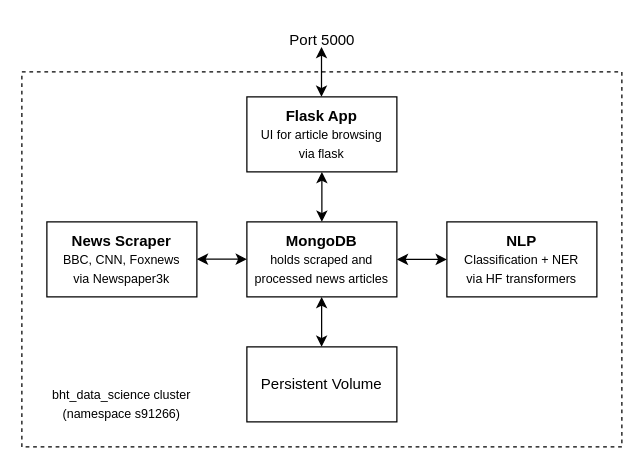
This is doc/architecture_overview.drawio from tesch-ch/dsWorkflowProj, a draw.io file, before an edit. Source tidied: cells renumbered, new cells numbered last; positions are measured from the earlier drawing's top-left corner, leaving out a move shared by most shapes. Both pictures are drawn from the tidied source at 125%, with x=0, y=0 at pixel (21, 21).
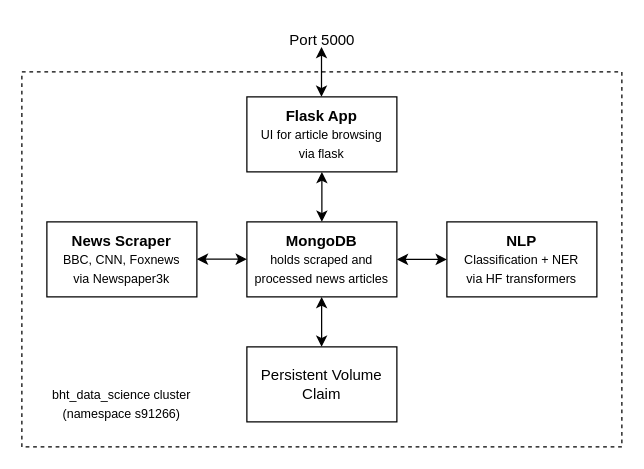
The same diagram, later.

Change to the diagram source:
```diff
@@
 <mxGraphModel>
   <root>
     <mxCell id="0" />
     <mxCell id="1" parent="0" />
     <mxCell id="2" style="group;" parent="1" vertex="1">
       <mxGeometry width="480" height="340" as="geometry" />
     </mxCell>
     <mxCell id="3" style="rounded=0;whiteSpace=wrap;html=1;fillColor=none;dashed=1;" parent="2" vertex="1">
       <mxGeometry y="40" width="480" height="300" as="geometry" />
     </mxCell>
     <mxCell id="4" value="&lt;b&gt;MongoDB&lt;/b&gt;&lt;br&gt;&lt;font style=&quot;font-size: 10px;&quot;&gt;holds scraped and processed news articles&lt;/font&gt;" style="rounded=0;whiteSpace=wrap;html=1;" parent="2" vertex="1">
       <mxGeometry x="180" y="160" width="120" height="60" as="geometry" />
     </mxCell>
-    <mxCell id="5" value="Persistent Volume" style="rounded=0;whiteSpace=wrap;html=1;" parent="2" vertex="1">
+    <mxCell id="5" value="Persistent Volume Claim" style="rounded=0;whiteSpace=wrap;html=1;" parent="2" vertex="1">
       <mxGeometry x="180" y="260" width="120" height="60" as="geometry" />
     </mxCell>
     <mxCell id="6" value="&lt;b&gt;NLP&lt;/b&gt;&lt;br style=&quot;font-size: 11px;&quot;&gt;&lt;span style=&quot;font-size: 10px;&quot;&gt;Classification + NER&lt;br&gt;&lt;/span&gt;&lt;font style=&quot;font-size: 10px;&quot;&gt;via HF transformers&lt;/font&gt;" style="rounded=0;whiteSpace=wrap;html=1;" parent="2" vertex="1">
       <mxGeometry x="340" y="160" width="120" height="60" as="geometry" />
     </mxCell>
     <mxCell id="7" value="&lt;b&gt;News Scraper&lt;/b&gt;&lt;br&gt;&lt;font style=&quot;font-size: 10px;&quot;&gt;BBC, CNN, Foxnews&lt;br&gt;via Newspaper3k&lt;/font&gt;" style="rounded=0;whiteSpace=wrap;html=1;" parent="2" vertex="1">
       <mxGeometry x="20" y="160" width="120" height="60" as="geometry" />
     </mxCell>
     <mxCell id="8" value="&lt;b&gt;Flask App&lt;/b&gt;&lt;br&gt;&lt;font style=&quot;font-size: 10px;&quot;&gt;UI for article browsing&lt;br&gt;via flask&lt;/font&gt;" style="rounded=0;whiteSpace=wrap;html=1;" parent="2" vertex="1">
       <mxGeometry x="180" y="60" width="120" height="60" as="geometry" />
     </mxCell>
     <mxCell id="9" style="endArrow=classic;startArrow=classic;html=1;rounded=0;entryX=0.5;entryY=1;entryDx=0;entryDy=0;exitX=0.5;exitY=0;exitDx=0;exitDy=0;" parent="2" edge="1" source="4" target="8">
       <mxGeometry relative="1" as="geometry" />
     </mxCell>
     <mxCell id="10" style="endArrow=classic;startArrow=classic;html=1;rounded=0;entryX=0.5;entryY=1;entryDx=0;entryDy=0;exitX=0.5;exitY=0;exitDx=0;exitDy=0;" parent="2" edge="1">
       <mxGeometry relative="1" as="geometry">
         <mxPoint x="239.8" y="260" as="sourcePoint" />
         <mxPoint x="239.8" y="220" as="targetPoint" />
       </mxGeometry>
     </mxCell>
     <mxCell id="11" style="endArrow=classic;startArrow=classic;html=1;rounded=0;exitX=1;exitY=0.5;exitDx=0;exitDy=0;entryX=0;entryY=0.5;entryDx=0;entryDy=0;" parent="2" edge="1" source="4" target="6">
       <mxGeometry relative="1" as="geometry" />
     </mxCell>
     <mxCell id="12" style="endArrow=classic;startArrow=classic;html=1;rounded=0;exitX=1;exitY=0.5;exitDx=0;exitDy=0;entryX=0;entryY=0.5;entryDx=0;entryDy=0;" parent="2" edge="1">
       <mxGeometry relative="1" as="geometry">
         <mxPoint x="140" y="189.8" as="sourcePoint" />
         <mxPoint x="180" y="189.8" as="targetPoint" />
       </mxGeometry>
     </mxCell>
     <mxCell id="13" value="&lt;font style=&quot;font-size: 10px;&quot;&gt;bht_data_science cluster&lt;br&gt;(namespace s91266)&lt;/font&gt;" style="text;html=1;strokeColor=none;fillColor=none;align=center;verticalAlign=middle;whiteSpace=wrap;rounded=0;" parent="2" vertex="1">
       <mxGeometry x="20" y="290" width="120" height="30" as="geometry" />
     </mxCell>
     <mxCell id="14" value="Port 5000&lt;br&gt;" style="text;html=1;align=center;verticalAlign=middle;strokeColor=none;fillColor=none;" parent="2" vertex="1">
       <mxGeometry x="200" width="80" height="30" as="geometry" />
     </mxCell>
     <mxCell id="15" style="endArrow=classic;startArrow=classic;html=1;rounded=0;entryX=0.5;entryY=1;entryDx=0;entryDy=0;exitX=0.5;exitY=0;exitDx=0;exitDy=0;" parent="2" edge="1">
       <mxGeometry relative="1" as="geometry">
         <mxPoint x="239.7" y="60" as="sourcePoint" />
         <mxPoint x="239.7" y="20" as="targetPoint" />
       </mxGeometry>
     </mxCell>
   </root>
 </mxGraphModel>
```
